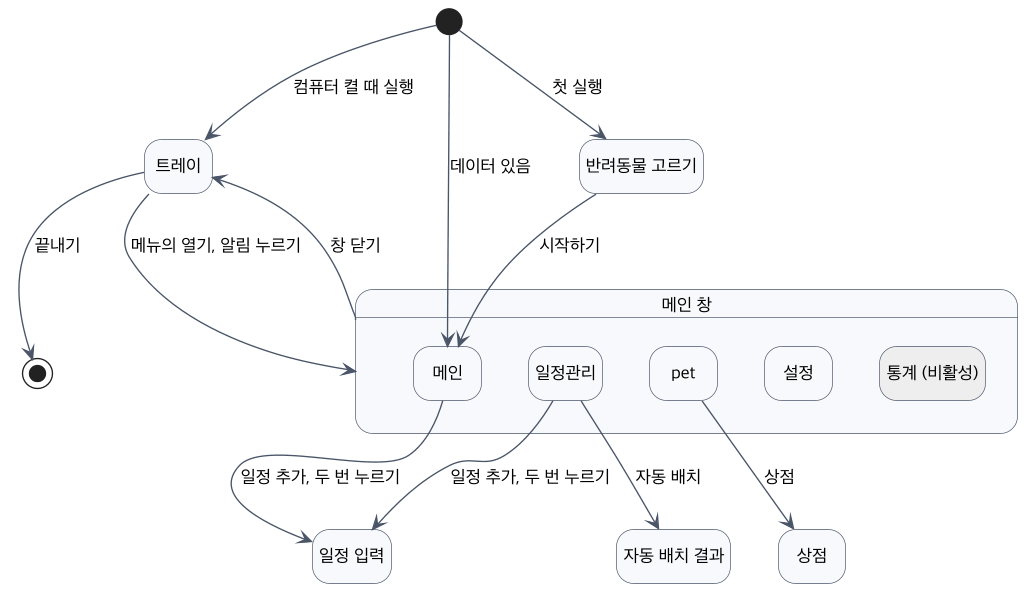
Earlier version of the PlantUML export docs/diagrams/ui-flow.png (2026-2-software-system-design-11/planning-pet-app).
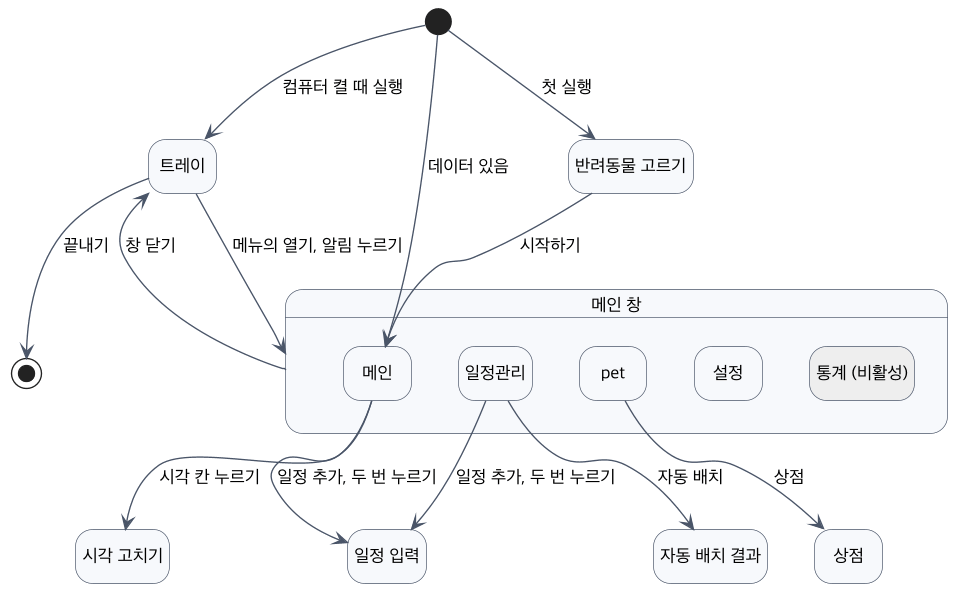
The same file after the commit.

Diff of the diagram source:
```diff
@@ -22,12 +22,14 @@
 state "일정 입력" as Form
 state "자동 배치 결과" as Place
 state "상점" as Shop
+state "시각 고치기" as Time
 
 [*] --> Pick : 첫 실행
 [*] --> Main : 데이터 있음
 [*] --> Tray : 컴퓨터 켤 때 실행
 Pick --> Main : 시작하기
 Main --> Form : 일정 추가, 두 번 누르기
+Main --> Time : 시각 칸 누르기
 Sched --> Form : 일정 추가, 두 번 누르기
 Sched --> Place : 자동 배치
 Pet --> Shop : 상점
```
